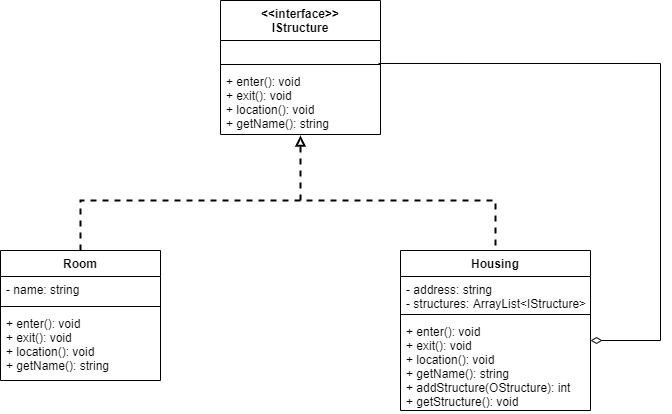
This is Design Patterns/Structural/Composite (Housing) Class Diagram.png from smitbmx/Architecture-Diagrams, a draw.io export, as it was before one commit. Source tidied: cells renumbered, new cells last; positions are measured from the earlier drawing's top-left corner, leaving out a move shared by most shapes. Its diagram source:
```xml
<mxGraphModel>
  <root>
    <mxCell id="0" />
    <mxCell id="1" parent="0" />
    <mxCell id="2" value="&lt;&lt;interface&gt;&gt;&#10;IStructure" style="swimlane;fontStyle=1;align=center;verticalAlign=top;horizontal=1;startSize=40;" parent="1" vertex="1">
      <mxGeometry x="220" width="160" height="134" as="geometry" />
    </mxCell>
    <mxCell id="3" value=" " style="text;strokeColor=none;fillColor=none;align=left;verticalAlign=top;spacingLeft=4;spacingRight=4;overflow=hidden;" parent="2" vertex="1">
      <mxGeometry y="40" width="160" height="20" as="geometry" />
    </mxCell>
    <mxCell id="4" style="line;strokeWidth=1;fillColor=none;align=left;verticalAlign=middle;spacingTop=-1;spacingLeft=3;spacingRight=3;labelPosition=right;" parent="2" vertex="1">
      <mxGeometry y="60" width="160" height="8" as="geometry" />
    </mxCell>
    <mxCell id="5" value="+ enter(): void&#10;+ exit(): void&#10;+ location(): void&#10;+ getName(): string" style="text;strokeColor=none;fillColor=none;align=left;verticalAlign=top;spacingLeft=4;spacingRight=4;overflow=hidden;points=[[0,0.5],[1,0.5]];portConstraint=eastwest;" parent="2" vertex="1">
      <mxGeometry y="68" width="160" height="66" as="geometry" />
    </mxCell>
    <mxCell id="6" value="Housing" style="swimlane;fontStyle=1;align=center;verticalAlign=top;horizontal=1;startSize=26;" parent="1" vertex="1">
      <mxGeometry x="400" y="250" width="190" height="160" as="geometry" />
    </mxCell>
    <mxCell id="7" value="- address: string&#10;- structures: ArrayList&lt;IStructure&gt;" style="text;strokeColor=none;fillColor=none;align=left;verticalAlign=top;spacingLeft=4;spacingRight=4;overflow=hidden;" parent="6" vertex="1">
      <mxGeometry y="26" width="190" height="34" as="geometry" />
    </mxCell>
    <mxCell id="8" style="line;strokeWidth=1;fillColor=none;align=left;verticalAlign=middle;spacingTop=-1;spacingLeft=3;spacingRight=3;labelPosition=right;" parent="6" vertex="1">
      <mxGeometry y="60" width="190" height="8" as="geometry" />
    </mxCell>
    <mxCell id="9" value="+ enter(): void&#10;+ exit(): void&#10;+ location(): void&#10;+ getName(): string&#10;+ addStructure(OStructure): int&#10;+ getStructure(): void" style="text;strokeColor=none;fillColor=none;align=left;verticalAlign=top;spacingLeft=4;spacingRight=4;overflow=hidden;" parent="6" vertex="1">
      <mxGeometry y="68" width="190" height="92" as="geometry" />
    </mxCell>
    <mxCell id="10" value="Room" style="swimlane;fontStyle=1;align=center;verticalAlign=top;horizontal=1;startSize=26;" parent="1" vertex="1">
      <mxGeometry y="250" width="160" height="130" as="geometry" />
    </mxCell>
    <mxCell id="11" value="- name: string" style="text;strokeColor=none;fillColor=none;align=left;verticalAlign=top;spacingLeft=4;spacingRight=4;overflow=hidden;" parent="10" vertex="1">
      <mxGeometry y="26" width="160" height="26" as="geometry" />
    </mxCell>
    <mxCell id="12" style="line;strokeWidth=1;fillColor=none;align=left;verticalAlign=middle;spacingTop=-1;spacingLeft=3;spacingRight=3;labelPosition=right;" parent="10" vertex="1">
      <mxGeometry y="52" width="160" height="8" as="geometry" />
    </mxCell>
    <mxCell id="13" value="+ enter(): void&#10;+ exit(): void&#10;+ location(): void&#10;+ getName(): string" style="text;strokeColor=none;fillColor=none;align=left;verticalAlign=top;spacingLeft=4;spacingRight=4;overflow=hidden;" parent="10" vertex="1">
      <mxGeometry y="60" width="160" height="70" as="geometry" />
    </mxCell>
    <mxCell id="14" style="endArrow=none;dashed=1;html=1;strokeWidth=2;entryX=0.5;entryY=0;entryDx=0;entryDy=0;exitX=0.5;exitY=0;exitDx=0;exitDy=0;rounded=0;" parent="1" edge="1" source="10" target="6">
      <mxGeometry relative="1" as="geometry">
        <Array as="points">
          <mxPoint x="80" y="200" />
          <mxPoint x="495" y="200" />
        </Array>
      </mxGeometry>
    </mxCell>
    <mxCell id="15" style="endArrow=block;dashed=1;html=1;strokeWidth=2;entryX=0.5;entryY=1.015;entryDx=0;entryDy=0;entryPerimeter=0;endFill=0;" parent="1" edge="1" target="5">
      <mxGeometry relative="1" as="geometry">
        <mxPoint x="300" y="200" as="sourcePoint" />
      </mxGeometry>
    </mxCell>
    <mxCell id="16" style="endArrow=diamondThin;html=1;strokeWidth=1;exitX=0.988;exitY=-0.076;exitDx=0;exitDy=0;exitPerimeter=0;rounded=0;endFill=0;endSize=9;startSize=8;targetPerimeterSpacing=0;" parent="1" edge="1" source="5">
      <mxGeometry relative="1" as="geometry">
        <mxPoint x="590" y="340" as="targetPoint" />
        <Array as="points">
          <mxPoint x="660" y="63" />
          <mxPoint x="660" y="340" />
        </Array>
      </mxGeometry>
    </mxCell>
  </root>
</mxGraphModel>
```
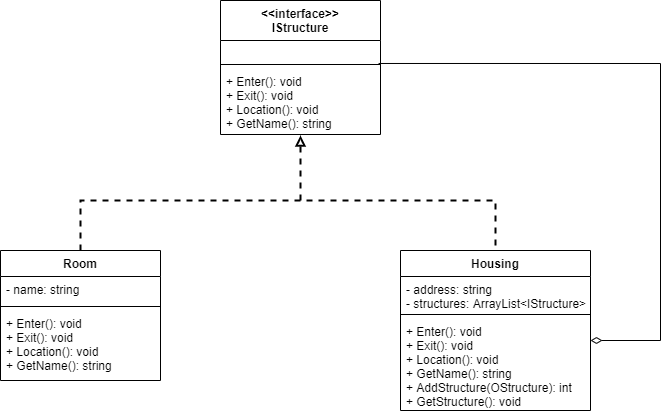
After the change.

Change to the diagram source:
```diff
@@ -11,7 +11,7 @@
     <mxCell id="4" style="line;strokeWidth=1;fillColor=none;align=left;verticalAlign=middle;spacingTop=-1;spacingLeft=3;spacingRight=3;labelPosition=right;" parent="2" vertex="1">
       <mxGeometry y="60" width="160" height="8" as="geometry" />
     </mxCell>
-    <mxCell id="5" value="+ enter(): void&#10;+ exit(): void&#10;+ location(): void&#10;+ getName(): string" style="text;strokeColor=none;fillColor=none;align=left;verticalAlign=top;spacingLeft=4;spacingRight=4;overflow=hidden;points=[[0,0.5],[1,0.5]];portConstraint=eastwest;" parent="2" vertex="1">
+    <mxCell id="5" value="+ Enter(): void&#10;+ Exit(): void&#10;+ Location(): void&#10;+ GetName(): string" style="text;strokeColor=none;fillColor=none;align=left;verticalAlign=top;spacingLeft=4;spacingRight=4;overflow=hidden;points=[[0,0.5],[1,0.5]];portConstraint=eastwest;" parent="2" vertex="1">
       <mxGeometry y="68" width="160" height="66" as="geometry" />
     </mxCell>
     <mxCell id="6" value="Housing" style="swimlane;fontStyle=1;align=center;verticalAlign=top;horizontal=1;startSize=26;" parent="1" vertex="1">
@@ -23,7 +23,7 @@
     <mxCell id="8" style="line;strokeWidth=1;fillColor=none;align=left;verticalAlign=middle;spacingTop=-1;spacingLeft=3;spacingRight=3;labelPosition=right;" parent="6" vertex="1">
       <mxGeometry y="60" width="190" height="8" as="geometry" />
     </mxCell>
-    <mxCell id="9" value="+ enter(): void&#10;+ exit(): void&#10;+ location(): void&#10;+ getName(): string&#10;+ addStructure(OStructure): int&#10;+ getStructure(): void" style="text;strokeColor=none;fillColor=none;align=left;verticalAlign=top;spacingLeft=4;spacingRight=4;overflow=hidden;" parent="6" vertex="1">
+    <mxCell id="9" value="+ Enter(): void&#10;+ Exit(): void&#10;+ Location(): void&#10;+ GetName(): string&#10;+ AddStructure(OStructure): int&#10;+ GetStructure(): void" style="text;strokeColor=none;fillColor=none;align=left;verticalAlign=top;spacingLeft=4;spacingRight=4;overflow=hidden;" parent="6" vertex="1">
       <mxGeometry y="68" width="190" height="92" as="geometry" />
     </mxCell>
     <mxCell id="10" value="Room" style="swimlane;fontStyle=1;align=center;verticalAlign=top;horizontal=1;startSize=26;" parent="1" vertex="1">
@@ -35,7 +35,7 @@
     <mxCell id="12" style="line;strokeWidth=1;fillColor=none;align=left;verticalAlign=middle;spacingTop=-1;spacingLeft=3;spacingRight=3;labelPosition=right;" parent="10" vertex="1">
       <mxGeometry y="52" width="160" height="8" as="geometry" />
     </mxCell>
-    <mxCell id="13" value="+ enter(): void&#10;+ exit(): void&#10;+ location(): void&#10;+ getName(): string" style="text;strokeColor=none;fillColor=none;align=left;verticalAlign=top;spacingLeft=4;spacingRight=4;overflow=hidden;" parent="10" vertex="1">
+    <mxCell id="13" value="+ Enter(): void&#10;+ Exit(): void&#10;+ Location(): void&#10;+ GetName(): string" style="text;strokeColor=none;fillColor=none;align=left;verticalAlign=top;spacingLeft=4;spacingRight=4;overflow=hidden;" parent="10" vertex="1">
       <mxGeometry y="60" width="160" height="70" as="geometry" />
     </mxCell>
     <mxCell id="14" style="endArrow=none;dashed=1;html=1;strokeWidth=2;entryX=0.5;entryY=0;entryDx=0;entryDy=0;exitX=0.5;exitY=0;exitDx=0;exitDy=0;rounded=0;" parent="1" edge="1" source="10" target="6">
```
